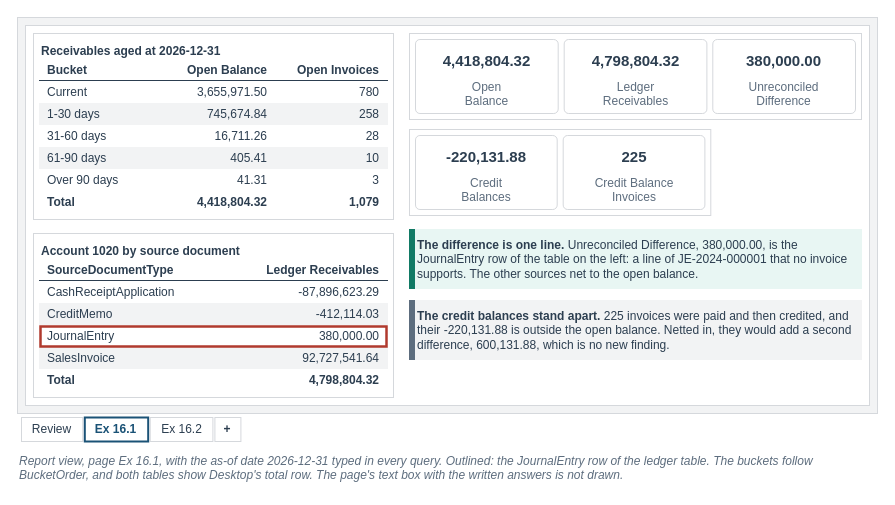
mmcodesso/Accounting_Analytics_Book keeps this draw.io diagram as facts/instructor/figures/chapter-16-audit-monitoring/IF-16-1-A.drawio. Above is the earlier version. Source tidied: cells renumbered, new cells numbered last; positions are measured from the earlier drawing's top-left corner, leaving out a move shared by most shapes. Both pictures are drawn from the tidied source at 100%, with x=0, y=0 at pixel (17, 17).
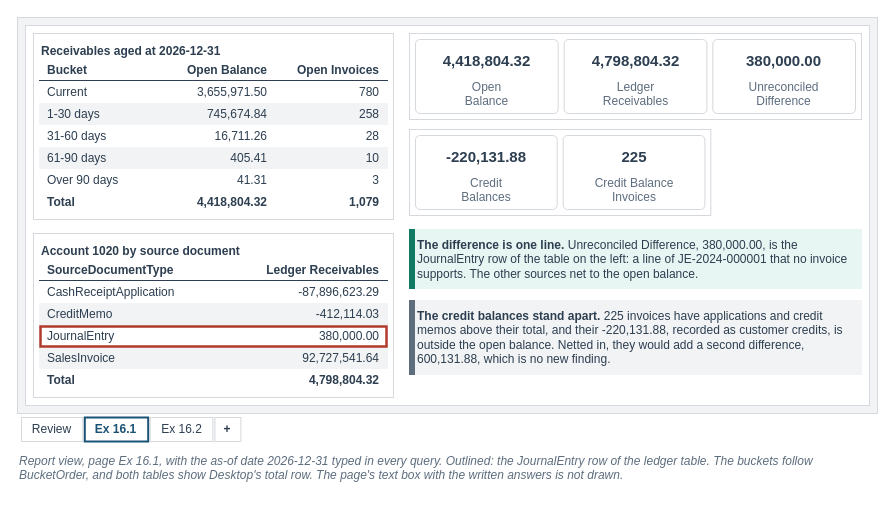
Above is the later version.

Change to the diagram source:
```diff
@@
-    <mxCell id="65" value="&lt;b&gt;The credit balances stand apart.&lt;/b&gt; 225 invoices were paid and then credited, and their -220,131.88 is outside the open balance. Netted in, they would add a second difference, 600,131.88, which is no new finding." style="rounded=0;arcSize=6;whiteSpace=wrap;html=1;fillColor=#F2F3F4;strokeColor=#F2F3F4;strokeWidth=1;fontColor=#2C3E50;fontSize=12;fontStyle=0;align=left;verticalAlign=middle;fontFamily=Helvetica;spacingLeft=6;spacingRight=6;" parent="1" vertex="1">
-      <mxGeometry x="392" y="283" width="452" height="59" as="geometry" />
+    <mxCell id="65" value="&lt;b&gt;The credit balances stand apart.&lt;/b&gt; 225 invoices have applications and credit memos above their total, and their -220,131.88, recorded as customer credits, is outside the open balance. Netted in, they would add a second difference, 600,131.88, which is no new finding." style="rounded=0;arcSize=6;whiteSpace=wrap;html=1;fillColor=#F2F3F4;strokeColor=#F2F3F4;strokeWidth=1;fontColor=#2C3E50;fontSize=12;fontStyle=0;align=left;verticalAlign=middle;fontFamily=Helvetica;spacingLeft=6;spacingRight=6;" parent="1" vertex="1">
+      <mxGeometry x="392" y="283" width="452" height="74" as="geometry" />
     </mxCell>
     <mxCell id="66" style="rounded=0;arcSize=6;whiteSpace=wrap;html=1;fillColor=#5D6D7E;strokeColor=#5D6D7E;strokeWidth=1;fontColor=#2C3E50;fontSize=13;fontStyle=0;align=center;verticalAlign=middle;fontFamily=Helvetica;spacingLeft=6;spacingRight=6;" parent="1" vertex="1">
-      <mxGeometry x="392" y="283" width="5" height="59" as="geometry" />
+      <mxGeometry x="392" y="283" width="5" height="74" as="geometry" />
     </mxCell>
```
